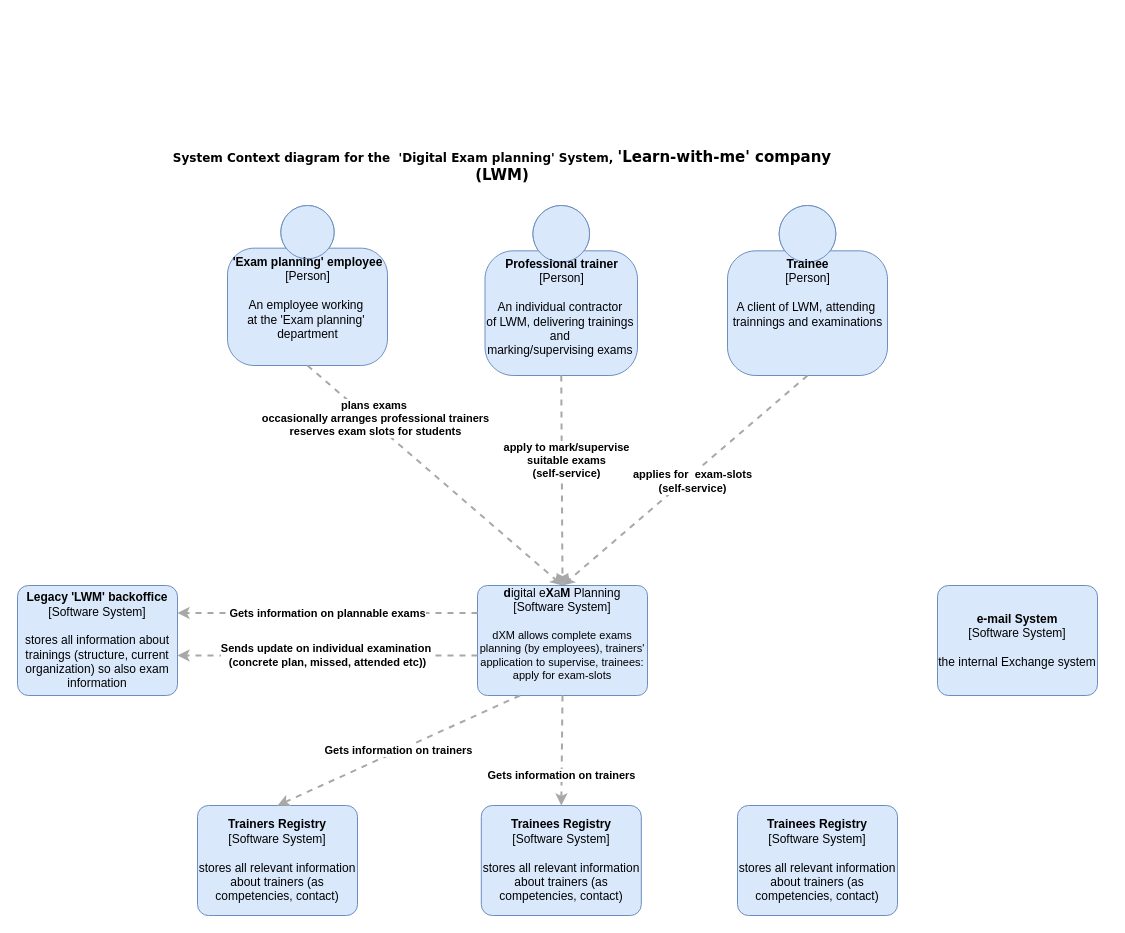
The draw.io diagram system-context-diagram-dxm.drawio in andreea-anastasescu/school-of-architecture, before the edit. Source tidied: cells renumbered, new cells numbered last; positions are measured from the earlier drawing's top-left corner, leaving out a move shared by most shapes. Both pictures are drawn from the tidied source at 100%, with x=0, y=0 at pixel (17, 155).
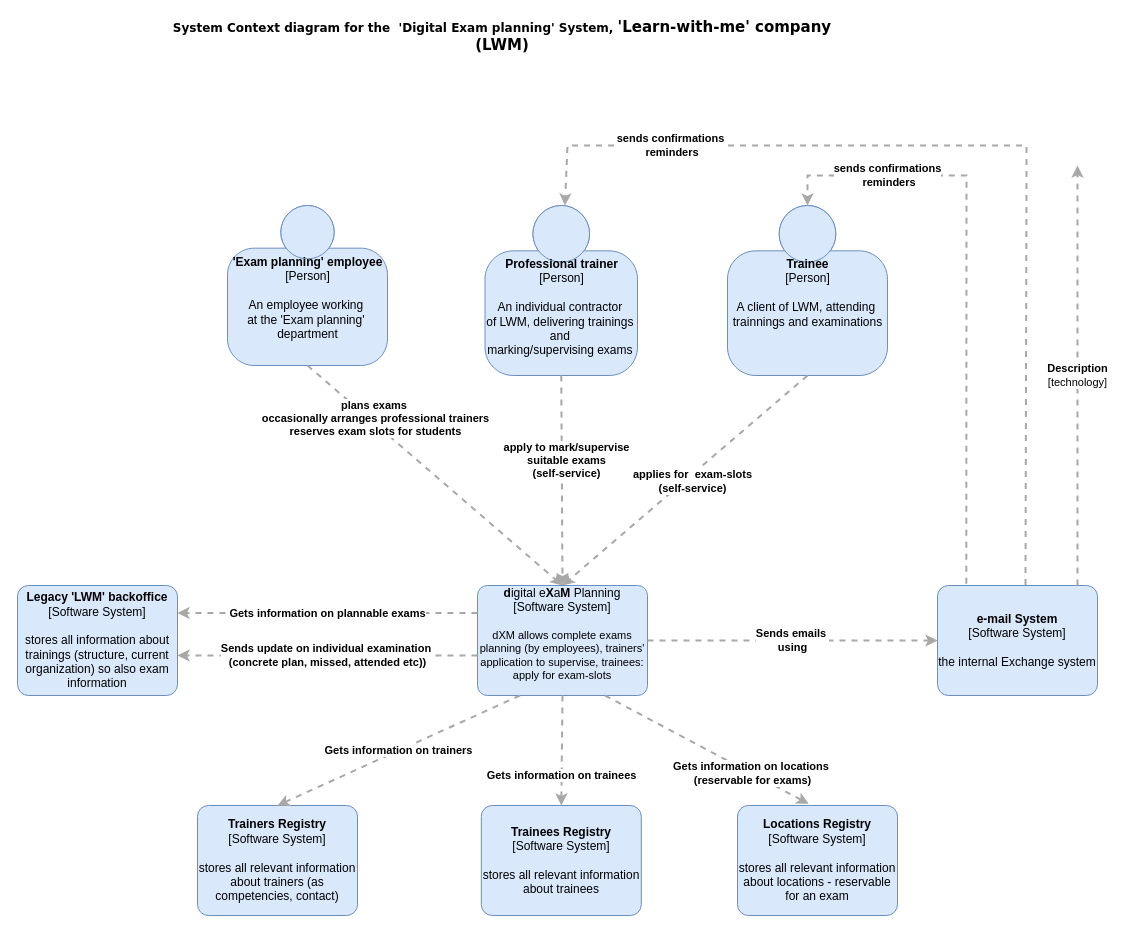
Above is the later version.

The change refers to these unchanged cells:
```xml
<mxCell id="5" value="&lt;b&gt;Professional trainer&lt;/b&gt;&lt;br&gt;&lt;div&gt;[Person]&lt;/div&gt;&lt;br&gt;&lt;div&gt;An individual contractor&amp;nbsp;&lt;/div&gt;&lt;div&gt;of LWM, delivering trainings&amp;nbsp;&lt;/div&gt;&lt;div&gt;and&amp;nbsp;&lt;/div&gt;&lt;div&gt;marking/supervising exams&amp;nbsp;&lt;br&gt;&lt;/div&gt;&lt;div&gt;&lt;br&gt;&lt;/div&gt;" style="html=1;dashed=0;whitespace=wrap;fillColor=#DAE8FC;strokeColor=#6C8EBF;shape=mxgraph.c4.person;align=center;points=[[0.5,0,0],[1,0.5,0],[1,0.75,0],[0.75,1,0],[0.5,1,0],[0.25,1,0],[0,0.75,0],[0,0.5,0]];verticalAlign=top;" parent="1" vertex="1">
  <mxGeometry x="467.5" y="50" width="152.5" height="170" as="geometry" />
</mxCell>
<mxCell id="6" value="&lt;div&gt;&lt;b&gt;Trainee&lt;/b&gt;&lt;/div&gt;&lt;div&gt;[Person]&lt;/div&gt;&lt;div&gt;&lt;br&gt;&lt;/div&gt;&lt;div&gt;A client of LWM, attending&amp;nbsp;&lt;/div&gt;&lt;div&gt;trainnings and examinations&lt;/div&gt;" style="html=1;dashed=0;whitespace=wrap;fillColor=#DAE8FC;strokeColor=#6C8EBF;shape=mxgraph.c4.person;align=center;points=[[0.5,0,0],[1,0.5,0],[1,0.75,0],[0.75,1,0],[0.5,1,0],[0.25,1,0],[0,0.75,0],[0,0.5,0]];verticalAlign=top;" parent="1" vertex="1">
  <mxGeometry x="710" y="50" width="160" height="170" as="geometry" />
</mxCell>
<mxCell id="9" value="&lt;b&gt;d&lt;/b&gt;igital e&lt;b&gt;X&lt;/b&gt;a&lt;b&gt;M&lt;/b&gt;&amp;nbsp;Planning&lt;br&gt;&lt;div&gt;[Software System]&lt;/div&gt;&lt;br&gt;&lt;div style=&quot;font-size: 11px&quot;&gt;&lt;font style=&quot;font-size: 11px&quot;&gt;dXM allows complete e&lt;/font&gt;&lt;span&gt;xams planning (by employees),&lt;/span&gt;&lt;span&gt;&amp;nbsp;trainers' application to supervise,&lt;/span&gt;&lt;span&gt;&amp;nbsp;trainees: apply for exam-slots&lt;/span&gt;&lt;/div&gt;&lt;div style=&quot;text-align: left ; font-size: 11px&quot;&gt;&lt;font style=&quot;font-size: 11px&quot;&gt;&amp;nbsp;&amp;nbsp;&lt;/font&gt;&lt;/div&gt;" style="rounded=1;whiteSpace=wrap;html=1;labelBackgroundColor=none;fillColor=#dae8fc;fontColor=#000000;align=center;arcSize=9;strokeColor=#6c8ebf;points=[[0.25,0,0],[0.5,0,0],[0.75,0,0],[1,0.25,0],[1,0.5,0],[1,0.75,0],[0.75,1,0],[0.5,1,0],[0.25,1,0],[0,0.75,0],[0,0.5,0],[0,0.25,0]];" parent="1" vertex="1">
  <mxGeometry x="460" y="430" width="170" height="110" as="geometry" />
</mxCell>
<mxCell id="11" value="&lt;b&gt;e-mail System&lt;/b&gt;&lt;div&gt;[Software System]&lt;/div&gt;&lt;br&gt;&lt;div&gt;the internal Exchange system&lt;/div&gt;" style="rounded=1;whiteSpace=wrap;html=1;labelBackgroundColor=none;fillColor=#dae8fc;fontColor=#000000;align=center;arcSize=10;strokeColor=#6c8ebf;points=[[0.25,0,0],[0.5,0,0],[0.75,0,0],[1,0.25,0],[1,0.5,0],[1,0.75,0],[0.75,1,0],[0.5,1,0],[0.25,1,0],[0,0.75,0],[0,0.5,0],[0,0.25,0]];" parent="1" vertex="1">
  <mxGeometry x="920" y="430" width="160" height="110" as="geometry" />
</mxCell>
```

What changed in the source:
```diff
@@
     <mxCell id="4" value="&lt;b&gt;System Context diagram for the&amp;nbsp; 'Digital Exam planning' System, &lt;font style=&quot;font-size: 15px&quot;&gt;'Learn-with-me' company (LWM)&lt;/font&gt;&lt;/b&gt;" style="text;html=1;strokeColor=none;fillColor=none;align=center;verticalAlign=middle;whiteSpace=wrap;rounded=0;fontFamily=Verdana;" parent="1" vertex="1">
-      <mxGeometry x="140" width="690" height="20" as="geometry" />
+      <mxGeometry x="140" y="-130" width="690" height="20" as="geometry" />
     </mxCell>
@@
-    <mxCell id="15" value="&lt;b&gt;Trainees Registry&lt;/b&gt;&lt;br&gt;&lt;div&gt;[Software System]&lt;/div&gt;&lt;br&gt;&lt;div&gt;stores all relevant information about trainers (as competencies, contact)&lt;/div&gt;" style="rounded=1;whiteSpace=wrap;html=1;labelBackgroundColor=none;fillColor=#dae8fc;fontColor=#000000;align=center;arcSize=10;strokeColor=#6c8ebf;points=[[0.25,0,0],[0.5,0,0],[0.75,0,0],[1,0.25,0],[1,0.5,0],[1,0.75,0],[0.75,1,0],[0.5,1,0],[0.25,1,0],[0,0.75,0],[0,0.5,0],[0,0.25,0]];" parent="1" vertex="1">
+    <mxCell id="15" value="&lt;b&gt;Trainees Registry&lt;/b&gt;&lt;br&gt;&lt;div&gt;[Software System]&lt;/div&gt;&lt;br&gt;&lt;div&gt;stores all relevant information about trainees&lt;/div&gt;" style="rounded=1;whiteSpace=wrap;html=1;labelBackgroundColor=none;fillColor=#dae8fc;fontColor=#000000;align=center;arcSize=10;strokeColor=#6c8ebf;points=[[0.25,0,0],[0.5,0,0],[0.75,0,0],[1,0.25,0],[1,0.5,0],[1,0.75,0],[0.75,1,0],[0.5,1,0],[0.25,1,0],[0,0.75,0],[0,0.5,0],[0,0.25,0]];" parent="1" vertex="1">
       <mxGeometry x="463.8" y="650" width="160" height="110" as="geometry" />
     </mxCell>
@@
-    <mxCell id="17" value="&lt;div style=&quot;text-align: left&quot;&gt;&lt;div style=&quot;text-align: center&quot;&gt;&lt;b&gt;Gets information on trainers&lt;/b&gt;&lt;/div&gt;&lt;/div&gt;" style="edgeStyle=none;rounded=0;html=1;entryX=0.5;entryY=0;jettySize=auto;strokeColor=#A8A8A8;strokeWidth=2;fontColor=#000000;jumpStyle=none;dashed=1;exitX=0.5;exitY=1;exitDx=0;exitDy=0;exitPerimeter=0;entryDx=0;entryDy=0;entryPerimeter=0;" parent="1" edge="1" source="9" target="15">
+    <mxCell id="17" value="&lt;div style=&quot;text-align: left&quot;&gt;&lt;div style=&quot;text-align: center&quot;&gt;&lt;b&gt;Gets information on trainees&lt;/b&gt;&lt;/div&gt;&lt;/div&gt;" style="edgeStyle=none;rounded=0;html=1;entryX=0.5;entryY=0;jettySize=auto;strokeColor=#A8A8A8;strokeWidth=2;fontColor=#000000;jumpStyle=none;dashed=1;exitX=0.5;exitY=1;exitDx=0;exitDy=0;exitPerimeter=0;entryDx=0;entryDy=0;entryPerimeter=0;" parent="1" edge="1" source="9" target="15">
       <mxGeometry x="0.45" relative="1" as="geometry" />
     </mxCell>
-    <mxCell id="18" value="&lt;b&gt;Trainees Registry&lt;/b&gt;&lt;br&gt;&lt;div&gt;[Software System]&lt;/div&gt;&lt;br&gt;&lt;div&gt;stores all relevant information about trainers (as competencies, contact)&lt;/div&gt;" style="rounded=1;whiteSpace=wrap;html=1;labelBackgroundColor=none;fillColor=#dae8fc;fontColor=#000000;align=center;arcSize=10;strokeColor=#6c8ebf;points=[[0.25,0,0],[0.5,0,0],[0.75,0,0],[1,0.25,0],[1,0.5,0],[1,0.75,0],[0.75,1,0],[0.5,1,0],[0.25,1,0],[0,0.75,0],[0,0.5,0],[0,0.25,0]];" parent="1" vertex="1">
+    <mxCell id="18" value="&lt;b&gt;Locations Registry&lt;/b&gt;&lt;br&gt;&lt;div&gt;[Software System]&lt;/div&gt;&lt;br&gt;&lt;div&gt;stores all relevant information about locations - reservable for an exam&lt;/div&gt;" style="rounded=1;whiteSpace=wrap;html=1;labelBackgroundColor=none;fillColor=#dae8fc;fontColor=#000000;align=center;arcSize=10;strokeColor=#6c8ebf;points=[[0.25,0,0],[0.5,0,0],[0.75,0,0],[1,0.25,0],[1,0.5,0],[1,0.75,0],[0.75,1,0],[0.5,1,0],[0.25,1,0],[0,0.75,0],[0,0.5,0],[0,0.25,0]];" parent="1" vertex="1">
       <mxGeometry x="720" y="650" width="160" height="110" as="geometry" />
     </mxCell>
+    <mxCell id="19" value="&lt;div style=&quot;text-align: left&quot;&gt;&lt;div style=&quot;text-align: center&quot;&gt;&lt;b&gt;Gets information on locations&amp;nbsp;&lt;/b&gt;&lt;/div&gt;&lt;div style=&quot;text-align: center&quot;&gt;&lt;b&gt;(reservable for exams)&lt;/b&gt;&lt;/div&gt;&lt;/div&gt;" style="edgeStyle=none;rounded=0;html=1;entryX=0.445;entryY=-0.015;jettySize=auto;strokeColor=#A8A8A8;strokeWidth=2;fontColor=#000000;jumpStyle=none;dashed=1;exitX=0.75;exitY=1;exitDx=0;exitDy=0;exitPerimeter=0;entryDx=0;entryDy=0;entryPerimeter=0;" parent="1" edge="1" source="9" target="18">
+      <mxGeometry x="0.45" relative="1" as="geometry" />
+    </mxCell>
+    <mxCell id="20" value="&lt;div style=&quot;text-align: left&quot;&gt;&lt;div style=&quot;text-align: center&quot;&gt;&lt;b&gt;Sends emails&amp;nbsp;&lt;/b&gt;&lt;/div&gt;&lt;div style=&quot;text-align: center&quot;&gt;&lt;b&gt;using&lt;/b&gt;&lt;/div&gt;&lt;/div&gt;" style="edgeStyle=none;rounded=0;html=1;entryX=0;entryY=0.5;jettySize=auto;strokeColor=#A8A8A8;strokeWidth=2;fontColor=#000000;jumpStyle=none;dashed=1;entryDx=0;entryDy=0;entryPerimeter=0;" parent="1" edge="1" source="9" target="11">
+      <mxGeometry relative="1" as="geometry" />
+    </mxCell>
+    <mxCell id="21" value="&lt;div style=&quot;text-align: left&quot;&gt;&lt;div style=&quot;text-align: center&quot;&gt;&lt;b&gt;sends confirmations&lt;/b&gt;&lt;/div&gt;&lt;div style=&quot;text-align: center&quot;&gt;&lt;b&gt;&amp;nbsp;reminders&lt;/b&gt;&lt;/div&gt;&lt;/div&gt;" style="edgeStyle=none;rounded=0;html=1;jettySize=auto;strokeColor=#A8A8A8;strokeWidth=2;fontColor=#000000;jumpStyle=none;dashed=1;exitX=0.18;exitY=-0.015;exitDx=0;exitDy=0;exitPerimeter=0;entryX=0.5;entryY=0;entryDx=0;entryDy=0;entryPerimeter=0;" parent="1" edge="1" source="11" target="6">
+      <mxGeometry x="0.63" relative="1" as="geometry">
+        <Array as="points">
+          <mxPoint x="949" y="20" />
+          <mxPoint x="790" y="20" />
+        </Array>
+      </mxGeometry>
+    </mxCell>
+    <mxCell id="22" value="&lt;div style=&quot;text-align: left&quot;&gt;&lt;div style=&quot;text-align: center&quot;&gt;&lt;b&gt;sends confirmations&lt;/b&gt;&lt;/div&gt;&lt;div style=&quot;text-align: center&quot;&gt;&lt;b&gt;&amp;nbsp;reminders&lt;/b&gt;&lt;/div&gt;&lt;/div&gt;" style="edgeStyle=none;rounded=0;html=1;jettySize=auto;strokeColor=#A8A8A8;strokeWidth=2;fontColor=#000000;jumpStyle=none;dashed=1;exitX=0.55;exitY=-0.004;exitDx=0;exitDy=0;exitPerimeter=0;" parent="1" edge="1" source="11" target="5">
+      <mxGeometry x="0.66" relative="1" as="geometry">
+        <Array as="points">
+          <mxPoint x="1009" y="21.7" />
+          <mxPoint x="1009" y="-10" />
+          <mxPoint x="550" y="-10" />
+        </Array>
+      </mxGeometry>
+    </mxCell>
+    <mxCell id="23" value="&lt;div style=&quot;text-align: left&quot;&gt;&lt;div style=&quot;text-align: center&quot;&gt;&lt;b&gt;Description&lt;/b&gt;&lt;/div&gt;&lt;div style=&quot;text-align: center&quot;&gt;[technology]&lt;/div&gt;&lt;/div&gt;" style="edgeStyle=none;rounded=0;html=1;jettySize=auto;orthogonalLoop=1;strokeColor=#A8A8A8;strokeWidth=2;fontColor=#000000;jumpStyle=none;dashed=1;" parent="1" edge="1">
+      <mxGeometry relative="1" as="geometry">
+        <mxPoint x="1060" y="430" as="sourcePoint" />
+        <mxPoint x="1060" y="10" as="targetPoint" />
+      </mxGeometry>
+    </mxCell>
```
